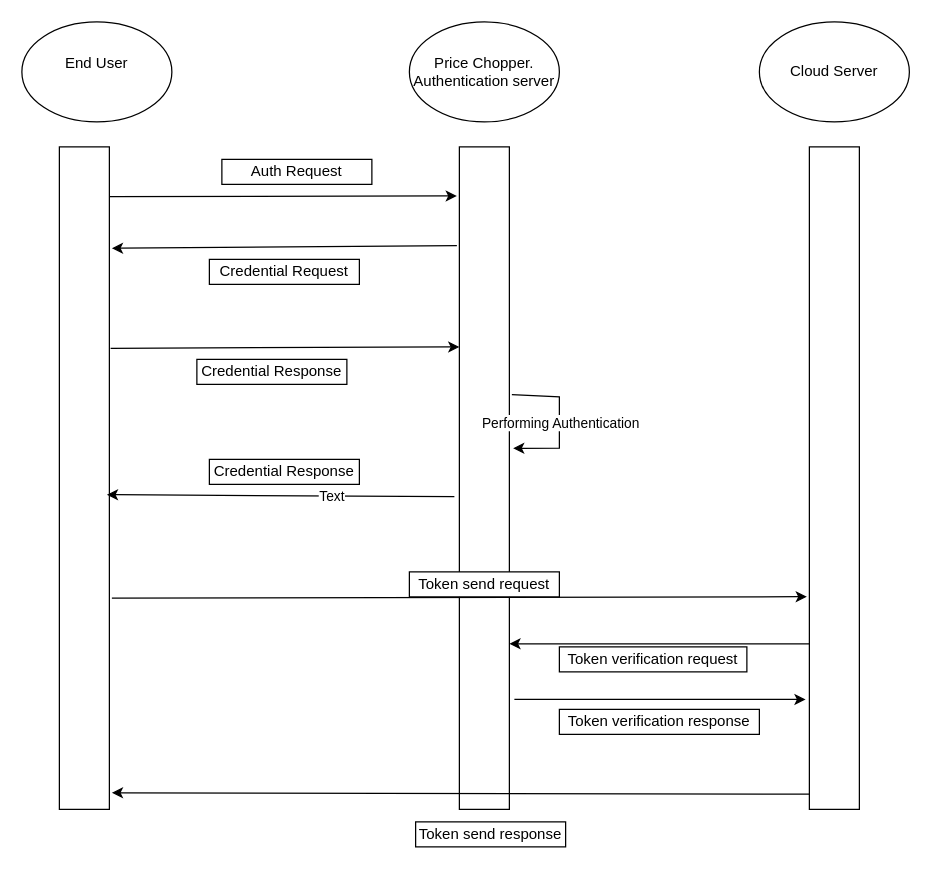
Earlier version of the draw.io diagram Untitled Diagram.drawio (workshop748/client_and_listeners). Source tidied: cells renumbered, new cells numbered last; positions are measured from the earlier drawing's top-left corner, leaving out a move shared by most shapes. Both pictures are drawn from the tidied source at 125%, with x=0, y=0 at pixel (21, 21).
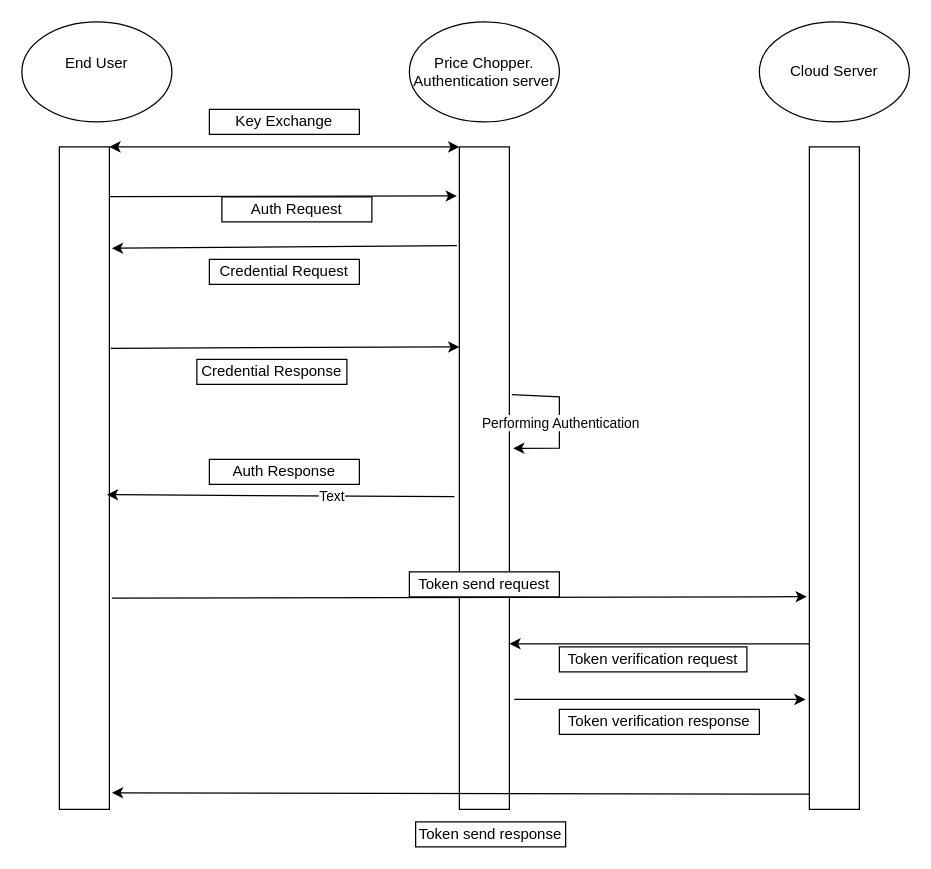
The same diagram, later.

Unchanged cells that the change refers to:
```xml
<mxCell id="2" style="rounded=0;whiteSpace=wrap;html=1;" parent="1" vertex="1">
  <mxGeometry x="30" y="100" width="40" height="530" as="geometry" />
</mxCell>
<mxCell id="4" style="rounded=0;whiteSpace=wrap;html=1;" parent="1" vertex="1">
  <mxGeometry x="350" y="100" width="40" height="530" as="geometry" />
</mxCell>
```

Diff of the diagram source:
```diff
@@
     <mxCell id="9" value="Auth Request" style="rounded=0;whiteSpace=wrap;html=1;" parent="1" vertex="1">
-      <mxGeometry x="160" y="110" width="120" height="20" as="geometry" />
+      <mxGeometry x="160" y="140" width="120" height="20" as="geometry" />
     </mxCell>
@@
-    <mxCell id="18" value="&lt;div&gt;Credential Response&lt;/div&gt;" style="rounded=0;whiteSpace=wrap;html=1;" parent="1" vertex="1">
+    <mxCell id="18" value="&lt;div&gt;Auth Response&lt;/div&gt;" style="rounded=0;whiteSpace=wrap;html=1;" parent="1" vertex="1">
       <mxGeometry x="150" y="350" width="120" height="20" as="geometry" />
     </mxCell>
@@
+    <mxCell id="27" style="endArrow=classic;startArrow=classic;html=1;rounded=0;exitX=1;exitY=0;exitDx=0;exitDy=0;entryX=0;entryY=0;entryDx=0;entryDy=0;" parent="1" edge="1" source="2" target="4">
+      <mxGeometry relative="1" as="geometry" />
+    </mxCell>
+    <mxCell id="28" value="Key Exchange" style="rounded=0;whiteSpace=wrap;html=1;" parent="1" vertex="1">
+      <mxGeometry x="150" y="70" width="120" height="20" as="geometry" />
+    </mxCell>
```
